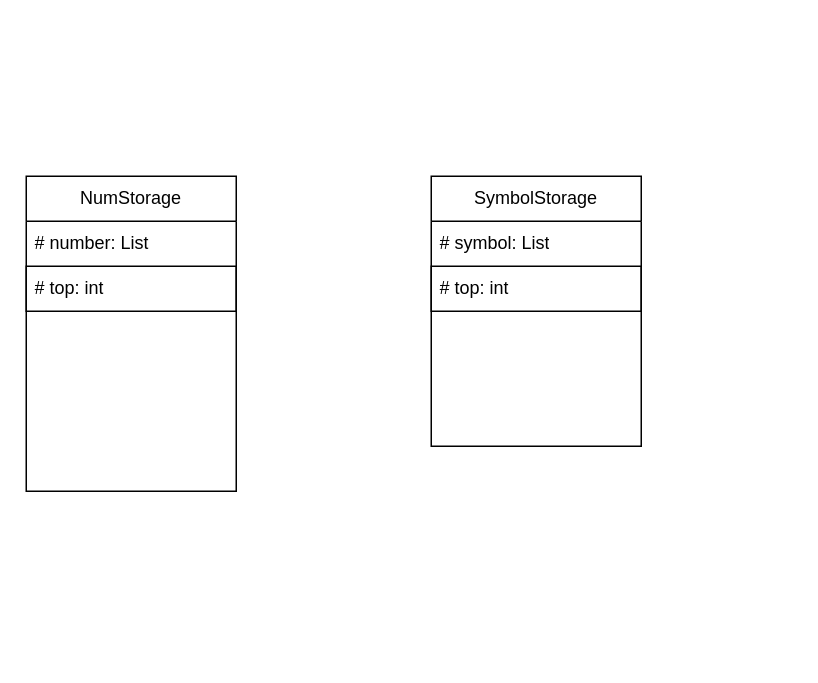
matty-gg/CSE2102-SP24-Lab1-Group19 keeps this draw.io diagram as Lab1ClassDiagram.drawio. Above is the earlier version. Source tidied: cells renumbered, new cells numbered last; positions are measured from the earlier drawing's top-left corner, leaving out a move shared by most shapes. Both pictures are drawn from the tidied source at 150%, with x=0, y=0 at pixel (26, 176).
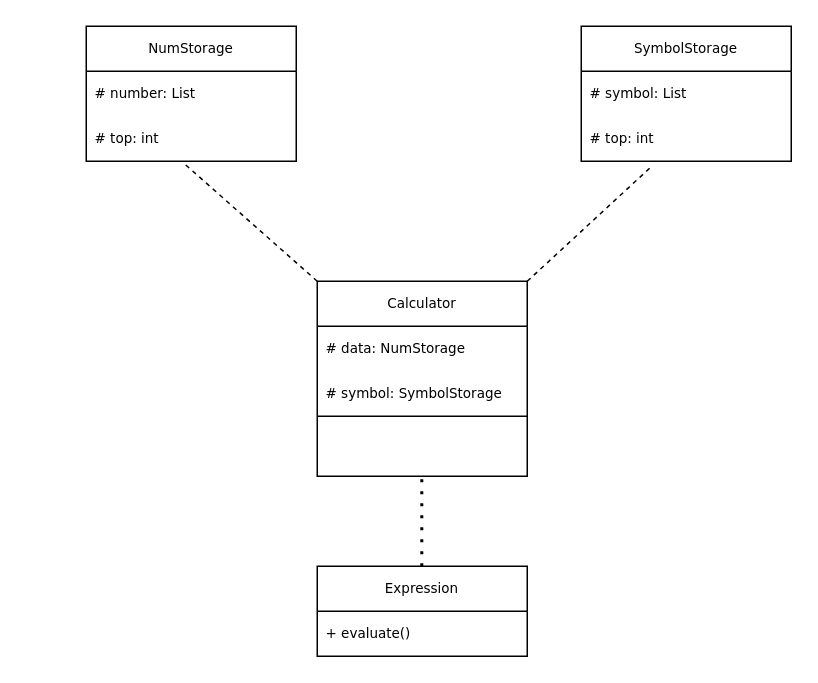
The same page after the edit.

What changed in the source:
```diff
@@
 <mxGraphModel>
   <root>
     <mxCell id="0" />
     <mxCell id="1" parent="0" />
-    <mxCell id="2" value="NumStorage" style="swimlane;fontStyle=0;horizontal=1;startSize=30;whiteSpace=wrap;html=1;" parent="1" vertex="1">
-      <mxGeometry width="140" height="210" as="geometry" />
+    <mxCell id="2" value="NumStorage" style="swimlane;fontStyle=0;horizontal=1;startSize=30;whiteSpace=wrap;html=1;fontSize=9;fontFamily=Verdana;" parent="1" vertex="1">
+      <mxGeometry x="40" y="-100" width="140" height="90" as="geometry" />
     </mxCell>
-    <mxCell id="3" value="# number: List" style="text;strokeColor=none;fillColor=none;align=left;verticalAlign=middle;spacingLeft=4;spacingRight=4;overflow=hidden;whiteSpace=wrap;html=1;" parent="2" vertex="1">
+    <mxCell id="3" value="# number: List" style="text;strokeColor=none;fillColor=none;align=left;verticalAlign=middle;spacingLeft=4;spacingRight=4;overflow=hidden;whiteSpace=wrap;html=1;fontSize=9;fontFamily=Verdana;" parent="2" vertex="1">
       <mxGeometry y="30" width="140" height="30" as="geometry" />
     </mxCell>
-    <mxCell id="4" value="# top: int" style="text;strokeColor=default;fillColor=none;align=left;verticalAlign=middle;spacingLeft=4;spacingRight=4;overflow=hidden;points=[[0,0.5],[1,0.5]];portConstraint=eastwest;whiteSpace=wrap;html=1;perimeterSpacing=4;" parent="2" vertex="1">
+    <mxCell id="4" value="# top: int" style="text;strokeColor=none;fillColor=none;align=left;verticalAlign=middle;spacingLeft=4;spacingRight=4;overflow=hidden;points=[[0,0.5],[1,0.5]];portConstraint=eastwest;whiteSpace=wrap;html=1;perimeterSpacing=4;fontSize=9;fontFamily=Verdana;" parent="2" vertex="1">
       <mxGeometry y="60" width="140" height="30" as="geometry" />
     </mxCell>
-    <mxCell id="5" style="text;strokeColor=none;fillColor=none;align=left;verticalAlign=middle;spacingLeft=4;spacingRight=4;overflow=hidden;whiteSpace=wrap;html=1;" parent="2" vertex="1">
-      <mxGeometry y="90" width="140" height="30" as="geometry" />
-    </mxCell>
-    <mxCell id="6" style="text;strokeColor=none;fillColor=none;align=left;verticalAlign=middle;spacingLeft=4;spacingRight=4;overflow=hidden;whiteSpace=wrap;html=1;" parent="2" vertex="1">
-      <mxGeometry y="120" width="140" height="30" as="geometry" />
-    </mxCell>
-    <mxCell id="7" style="text;strokeColor=none;fillColor=none;align=left;verticalAlign=middle;spacingLeft=4;spacingRight=4;overflow=hidden;whiteSpace=wrap;html=1;" parent="2" vertex="1">
-      <mxGeometry y="150" width="140" height="30" as="geometry" />
-    </mxCell>
-    <mxCell id="8" style="text;strokeColor=none;fillColor=none;align=left;verticalAlign=middle;spacingLeft=4;spacingRight=4;overflow=hidden;whiteSpace=wrap;html=1;" parent="2" vertex="1">
-      <mxGeometry y="180" width="140" height="30" as="geometry" />
-    </mxCell>
-    <mxCell id="9" value="SymbolStorage" style="swimlane;fontStyle=0;horizontal=1;startSize=30;whiteSpace=wrap;html=1;" parent="1" vertex="1">
-      <mxGeometry x="270" width="140" height="180" as="geometry" />
+    <mxCell id="9" value="SymbolStorage" style="swimlane;fontStyle=0;horizontal=1;startSize=30;whiteSpace=wrap;html=1;fontSize=9;fontFamily=Verdana;" parent="1" vertex="1">
+      <mxGeometry x="370" y="-100" width="140" height="90" as="geometry" />
     </mxCell>
-    <mxCell id="10" value="# symbol: List" style="text;strokeColor=none;fillColor=none;align=left;verticalAlign=middle;spacingLeft=4;spacingRight=4;overflow=hidden;whiteSpace=wrap;html=1;" parent="9" vertex="1">
+    <mxCell id="10" value="# symbol: List" style="text;strokeColor=none;fillColor=none;align=left;verticalAlign=middle;spacingLeft=4;spacingRight=4;overflow=hidden;whiteSpace=wrap;html=1;fontSize=9;fontFamily=Verdana;" parent="9" vertex="1">
       <mxGeometry y="30" width="140" height="30" as="geometry" />
     </mxCell>
-    <mxCell id="11" value="# top: int" style="text;strokeColor=default;fillColor=none;align=left;verticalAlign=middle;spacingLeft=4;spacingRight=4;overflow=hidden;points=[[0,0.5],[1,0.5]];portConstraint=eastwest;whiteSpace=wrap;html=1;" parent="9" vertex="1">
+    <mxCell id="11" value="# top: int" style="text;strokeColor=none;fillColor=none;align=left;verticalAlign=middle;spacingLeft=4;spacingRight=4;overflow=hidden;points=[[0,0.5],[1,0.5]];portConstraint=eastwest;whiteSpace=wrap;html=1;fontSize=9;fontFamily=Verdana;" parent="9" vertex="1">
       <mxGeometry y="60" width="140" height="30" as="geometry" />
     </mxCell>
-    <mxCell id="12" style="text;strokeColor=none;fillColor=none;align=left;verticalAlign=middle;spacingLeft=4;spacingRight=4;overflow=hidden;whiteSpace=wrap;html=1;" parent="9" vertex="1">
-      <mxGeometry y="90" width="140" height="30" as="geometry" />
-    </mxCell>
-    <mxCell id="13" style="text;strokeColor=none;fillColor=none;align=left;verticalAlign=middle;spacingLeft=4;spacingRight=4;overflow=hidden;whiteSpace=wrap;html=1;" parent="9" vertex="1">
-      <mxGeometry y="120" width="140" height="30" as="geometry" />
-    </mxCell>
-    <mxCell id="14" style="text;strokeColor=none;fillColor=none;align=left;verticalAlign=middle;spacingLeft=4;spacingRight=4;overflow=hidden;whiteSpace=wrap;html=1;" parent="9" vertex="1">
-      <mxGeometry y="150" width="140" height="30" as="geometry" />
-    </mxCell>
+    <mxCell id="15" style="endArrow=none;dashed=1;html=1;rounded=0;exitX=0;exitY=0;exitDx=0;exitDy=0;entryX=0.462;entryY=0.914;entryDx=0;entryDy=0;entryPerimeter=0;fontSize=9;fontFamily=Verdana;" parent="1" edge="1" source="17" target="4">
+      <mxGeometry relative="1" as="geometry" />
+    </mxCell>
+    <mxCell id="16" style="endArrow=none;dashed=1;html=1;rounded=0;exitX=1;exitY=0;exitDx=0;exitDy=0;entryX=0.34;entryY=1.093;entryDx=0;entryDy=0;entryPerimeter=0;fontSize=9;fontFamily=Verdana;" parent="1" edge="1" source="17" target="11">
+      <mxGeometry relative="1" as="geometry" />
+    </mxCell>
+    <mxCell id="17" value="Calculator" style="swimlane;fontStyle=0;horizontal=1;startSize=30;whiteSpace=wrap;html=1;fontSize=9;fontFamily=Verdana;" parent="1" vertex="1">
+      <mxGeometry x="194" y="70" width="140" height="130" as="geometry" />
+    </mxCell>
+    <mxCell id="18" value="# data: NumStorage" style="text;strokeColor=none;fillColor=none;align=left;verticalAlign=middle;spacingLeft=4;spacingRight=4;overflow=hidden;whiteSpace=wrap;html=1;fontSize=9;fontFamily=Verdana;" parent="17" vertex="1">
+      <mxGeometry y="30" width="140" height="30" as="geometry" />
+    </mxCell>
+    <mxCell id="19" value="# symbol: SymbolStorage" style="text;strokeColor=none;fillColor=none;align=left;verticalAlign=middle;spacingLeft=4;spacingRight=4;overflow=hidden;whiteSpace=wrap;html=1;fontSize=9;fontFamily=Verdana;" parent="17" vertex="1">
+      <mxGeometry y="60" width="140" height="30" as="geometry" />
+    </mxCell>
+    <mxCell id="20" style="endArrow=none;html=1;rounded=0;fontFamily=Verdana;" parent="17" edge="1">
+      <mxGeometry relative="1" as="geometry">
+        <mxPoint x="140" y="90" as="sourcePoint" />
+        <mxPoint y="90" as="targetPoint" />
+      </mxGeometry>
+    </mxCell>
+    <mxCell id="21" style="text;strokeColor=none;fillColor=none;align=left;verticalAlign=middle;spacingLeft=4;spacingRight=4;overflow=hidden;whiteSpace=wrap;html=1;fontSize=9;fontFamily=Verdana;flipH=1;direction=east;" parent="17" vertex="1">
+      <mxGeometry y="90" width="140" height="40" as="geometry" />
+    </mxCell>
+    <mxCell id="22" style="endArrow=none;dashed=1;html=1;dashPattern=1 3;strokeWidth=2;rounded=0;fontFamily=Verdana;" parent="1" edge="1">
+      <mxGeometry relative="1" as="geometry">
+        <mxPoint x="263.7" y="260" as="sourcePoint" />
+        <mxPoint x="263.7" y="200" as="targetPoint" />
+      </mxGeometry>
+    </mxCell>
+    <mxCell id="23" value="Expression" style="swimlane;fontStyle=0;horizontal=1;startSize=30;whiteSpace=wrap;html=1;fontFamily=Verdana;fontSize=9;" parent="1" vertex="1">
+      <mxGeometry x="194" y="260" width="140" height="60" as="geometry" />
+    </mxCell>
+    <mxCell id="24" value="+ evaluate()" style="text;strokeColor=none;fillColor=none;align=left;verticalAlign=middle;spacingLeft=4;spacingRight=4;overflow=hidden;whiteSpace=wrap;html=1;fontFamily=Verdana;fontSize=9;" parent="23" vertex="1">
+      <mxGeometry y="30" width="140" height="30" as="geometry" />
+    </mxCell>
   </root>
 </mxGraphModel>
```
